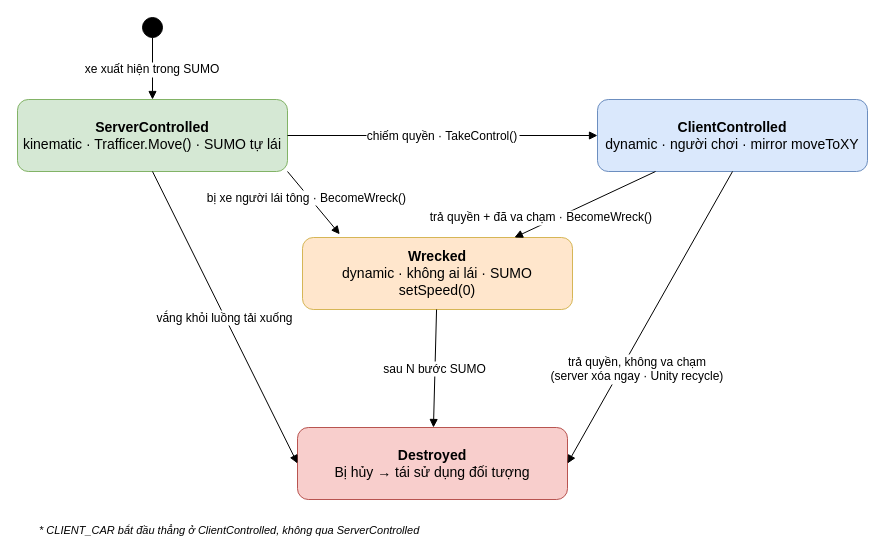
Above: DiagramsCode/hinh4.2.2-may-trang-thai.drawio in MinhHoang137/SUMO-GR1 (draw.io), before the change. Source tidied: cells renumbered, new cells numbered last; positions are measured from the earlier drawing's top-left corner, leaving out a move shared by most shapes. Both pictures are drawn from the tidied source at 100%, with x=0, y=0 at pixel (17, 17).
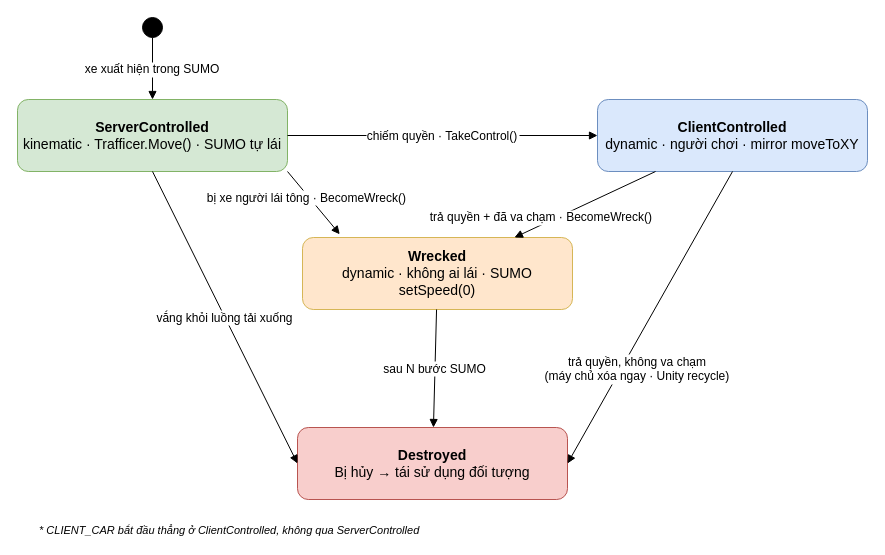
The same diagram, later.

What changed in the source:
```diff
@@
 <mxGraphModel>
   <root>
     <mxCell id="0" />
     <mxCell id="1" parent="0" />
     <mxCell id="2" style="ellipse;whiteSpace=wrap;html=1;fillColor=#000000;strokeColor=#000000;" parent="1" vertex="1">
       <mxGeometry x="125" width="20" height="20" as="geometry" />
     </mxCell>
     <mxCell id="3" value="&lt;b&gt;ServerControlled&lt;/b&gt;&#10;kinematic · Trafficer.Move() · SUMO tự lái" style="rounded=1;whiteSpace=wrap;html=1;fillColor=#d5e8d4;strokeColor=#82b366;fontSize=14;" parent="1" vertex="1">
       <mxGeometry y="82" width="270" height="72" as="geometry" />
     </mxCell>
     <mxCell id="4" value="&lt;b&gt;ClientControlled&lt;/b&gt;&#10;dynamic · người chơi · mirror moveToXY" style="rounded=1;whiteSpace=wrap;html=1;fillColor=#dae8fc;strokeColor=#6c8ebf;fontSize=14;" parent="1" vertex="1">
       <mxGeometry x="580" y="82" width="270" height="72" as="geometry" />
     </mxCell>
     <mxCell id="5" value="&lt;b&gt;Wrecked&lt;/b&gt;&#10;dynamic · không ai lái · SUMO setSpeed(0)" style="rounded=1;whiteSpace=wrap;html=1;fillColor=#ffe6cc;strokeColor=#d6b656;fontSize=14;" parent="1" vertex="1">
       <mxGeometry x="285" y="220" width="270" height="72" as="geometry" />
     </mxCell>
     <mxCell id="6" value="&lt;b&gt;Destroyed&lt;/b&gt;&#10;Bị hủy → tái sử dụng đối tượng" style="rounded=1;whiteSpace=wrap;html=1;fillColor=#f8cecc;strokeColor=#b85450;fontSize=14;" parent="1" vertex="1">
       <mxGeometry x="280" y="410" width="270" height="72" as="geometry" />
     </mxCell>
     <mxCell id="7" value="xe xuất hiện trong SUMO" style="endArrow=block;endFill=1;fontSize=12;" parent="1" edge="1" source="2" target="3">
       <mxGeometry relative="1" as="geometry" />
     </mxCell>
     <mxCell id="8" value="chiếm quyền · TakeControl()" style="endArrow=block;endFill=1;fontSize=12;" parent="1" edge="1" source="3" target="4">
       <mxGeometry relative="1" as="geometry" />
     </mxCell>
     <mxCell id="9" value="trả quyền + đã va chạm · BecomeWreck()" style="endArrow=block;endFill=1;fontSize=12;align=right;" parent="1" edge="1" source="4" target="5">
       <mxGeometry x="-0.73" y="40" relative="1" as="geometry">
         <mxPoint x="1" as="offset" />
       </mxGeometry>
     </mxCell>
     <mxCell id="10" value="bị xe người lái tông · BecomeWreck()" style="endArrow=block;endFill=1;fontSize=12;exitX=1;exitY=1;exitDx=0;exitDy=0;entryX=0.138;entryY=-0.045;entryDx=0;entryDy=0;entryPerimeter=0;" parent="1" edge="1" source="3" target="5">
       <mxGeometry x="-0.2" y="-1" relative="1" as="geometry">
         <mxPoint x="-1" as="offset" />
       </mxGeometry>
     </mxCell>
     <mxCell id="11" value="sau N bước SUMO" style="endArrow=block;endFill=1;fontSize=12;" parent="1" edge="1" source="5" target="6">
       <mxGeometry relative="1" as="geometry" />
     </mxCell>
     <mxCell id="12" value="vắng khỏi luồng tải xuống" style="endArrow=block;endFill=1;fontSize=12;exitX=0.5;exitY=1;exitDx=0;exitDy=0;entryX=0;entryY=0.5;entryDx=0;entryDy=0;" parent="1" edge="1" source="3" target="6">
       <mxGeometry relative="1" as="geometry" />
     </mxCell>
-    <mxCell id="13" value="trả quyền, không va chạm&#10;(server xóa ngay · Unity recycle)" style="endArrow=block;endFill=1;fontSize=12;exitX=0.5;exitY=1;exitDx=0;exitDy=0;entryX=1;entryY=0.5;entryDx=0;entryDy=0;" parent="1" edge="1" source="4" target="6">
+    <mxCell id="13" value="trả quyền, không va chạm&#10;(máy chủ xóa ngay · Unity recycle)" style="endArrow=block;endFill=1;fontSize=12;exitX=0.5;exitY=1;exitDx=0;exitDy=0;entryX=1;entryY=0.5;entryDx=0;entryDy=0;" parent="1" edge="1" source="4" target="6">
       <mxGeometry x="0.3" y="14" relative="1" as="geometry" />
     </mxCell>
     <mxCell id="14" value="* CLIENT_CAR bắt đầu thẳng ở ClientControlled, không qua ServerControlled" style="text;html=1;strokeColor=none;fillColor=none;fontSize=11;fontStyle=2;align=left;" parent="1" vertex="1">
       <mxGeometry x="20" y="500" width="550" height="20" as="geometry" />
     </mxCell>
   </root>
 </mxGraphModel>
```
